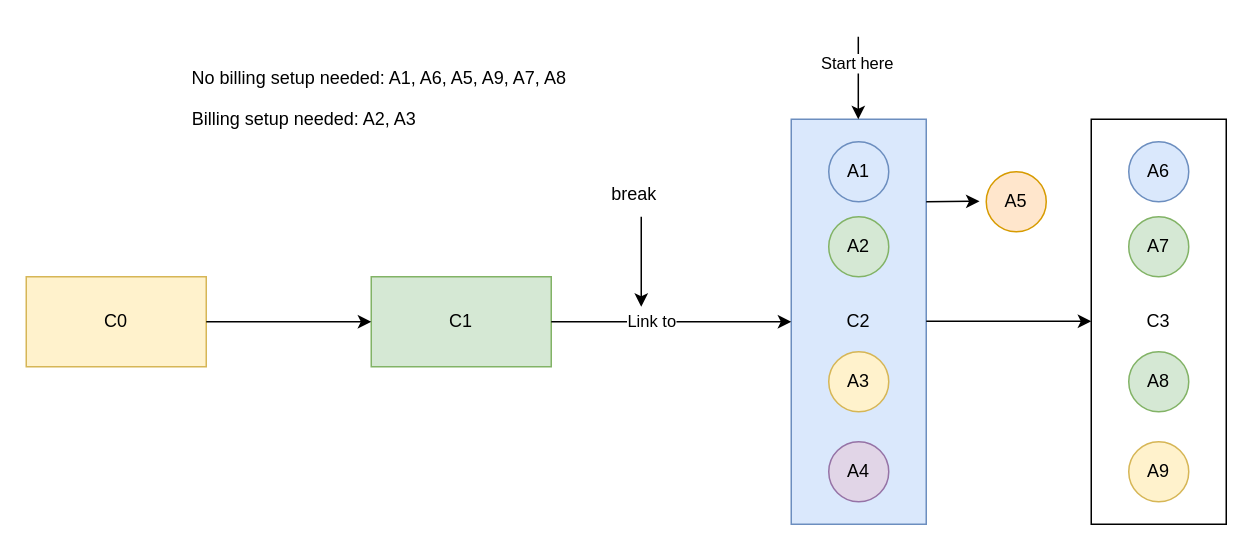
Before: page "Delinking-1" (6 of 8) of misc.drawio in Seandor/diagrams-storage, a draw.io diagram. Source tidied: cells renumbered, new cells numbered last; positions are measured from the earlier drawing's top-left corner, leaving out a move shared by most shapes. Both pictures are drawn from the tidied source at 150%, with x=0, y=0 at pixel (26, 36).
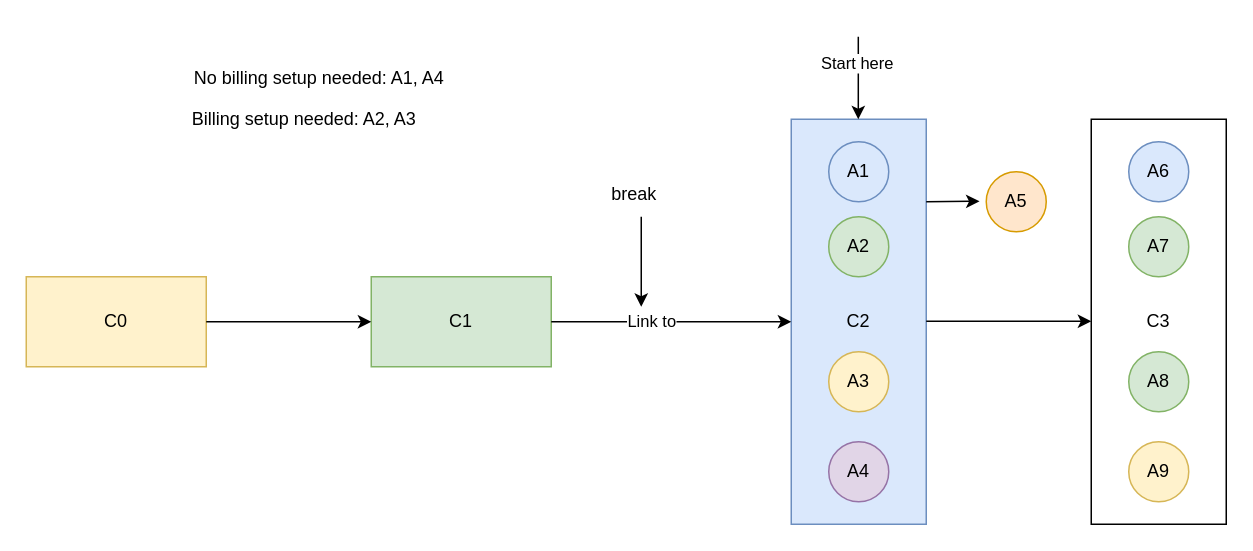
Above is the later version.

Diff of the diagram source:
```diff
@@
-    <mxCell id="22" value="No billing setup needed: A1, A6, A5, A9, A7, A8&lt;div&gt;&lt;div&gt;&lt;br&gt;&lt;/div&gt;&lt;/div&gt;" style="text;html=1;align=center;verticalAlign=middle;strokeColor=none;fillColor=none;" parent="1" vertex="1">
-      <mxGeometry x="100" y="15" width="270" height="40" as="geometry" />
+    <mxCell id="22" value="No billing setup needed: A1, A4&lt;div&gt;&lt;div&gt;&lt;br&gt;&lt;/div&gt;&lt;/div&gt;" style="text;html=1;align=center;verticalAlign=middle;strokeColor=none;fillColor=none;" parent="1" vertex="1">
+      <mxGeometry x="100" y="15" width="190" height="40" as="geometry" />
     </mxCell>
```
